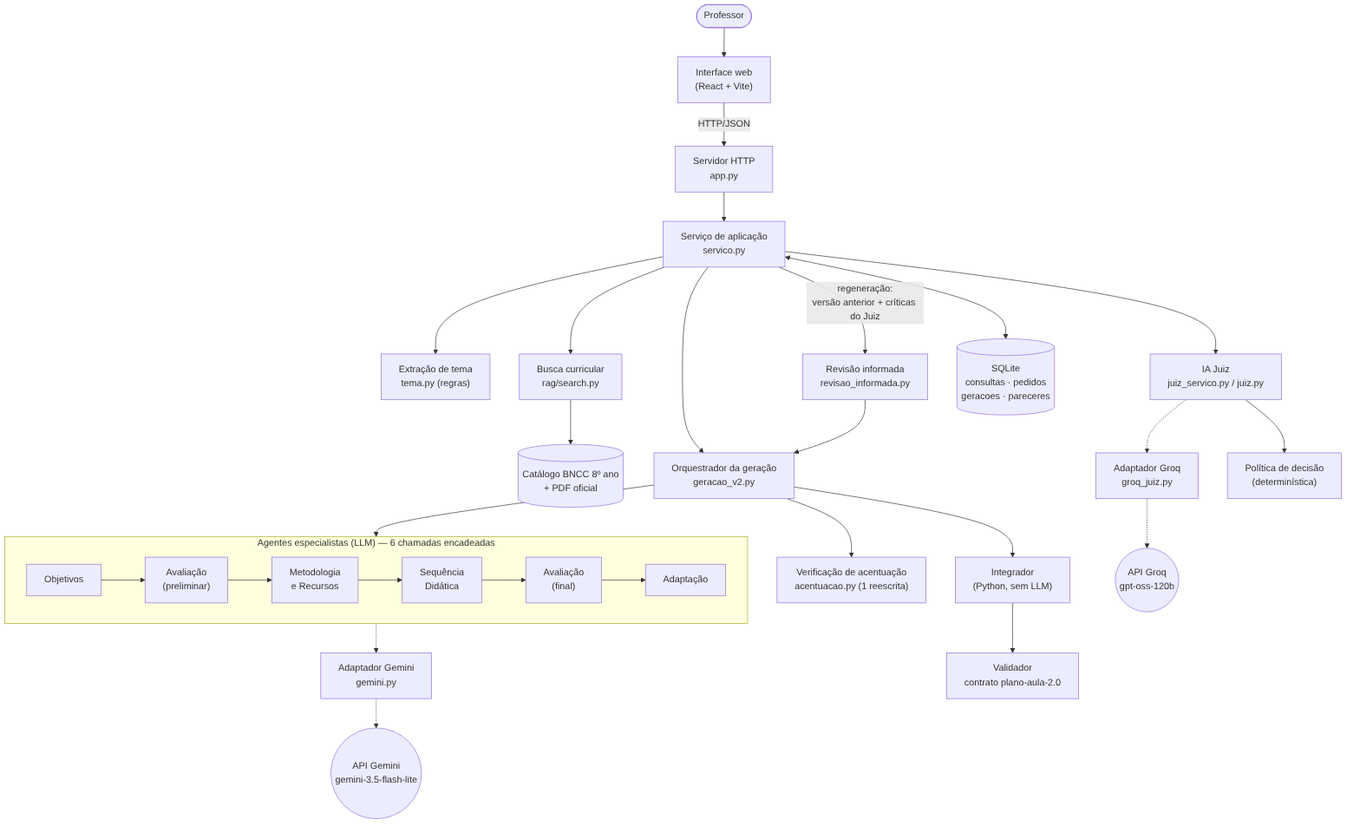
This is docs/diagramas/final/componentes.png from Carneiro-Joao/tcc-plataforma-multiagente, a Mermaid export, as it was before one commit. Its source is kept beside it as docs/diagramas/final/componentes.mmd.
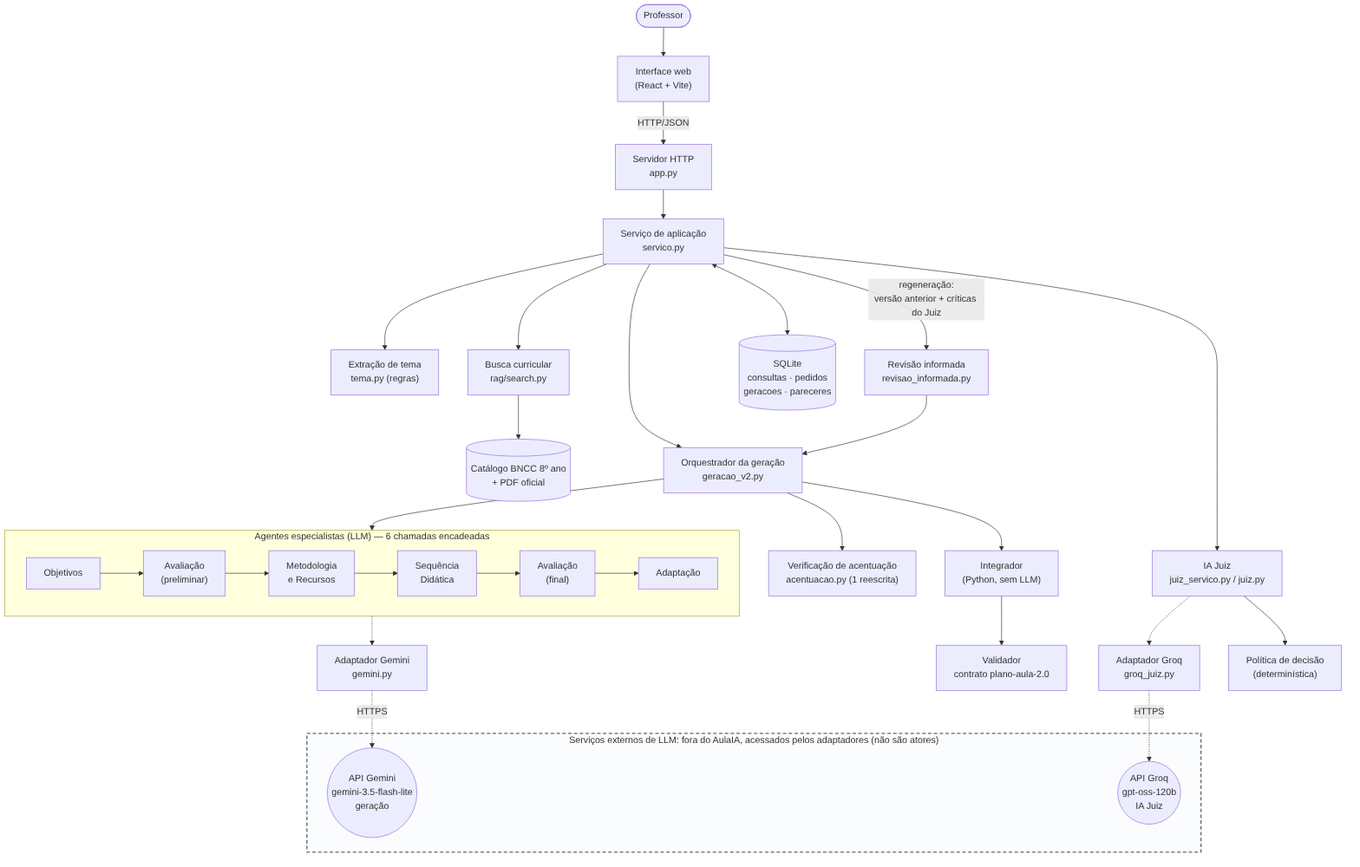
Above is the later version.

Commit message:
docs(componentes): APIs de LLM como servicos externos no diagrama de componentes; justificativa na especificacao e nos diagramas

Change to the diagram source:
```diff
@@ -13,13 +13,18 @@
         direction LR
         A1["Objetivos"] --> A2["Avaliação<br/>(preliminar)"] --> A3["Metodologia<br/>e Recursos"] --> A4["Sequência<br/>Didática"] --> A5["Avaliação<br/>(final)"] --> A6["Adaptação"]
     end
+    subgraph EXT["Serviços externos de LLM: fora do AulaIA, acessados pelos adaptadores (não são atores)"]
+        GAPI(("API Gemini<br/>gemini-3.5-flash-lite<br/>geração"))
+        GRAPI(("API Groq<br/>gpt-oss-120b<br/>IA Juiz"))
+    end
     ORQ --> ESP
     ESP -.-> GEM["Adaptador Gemini<br/>gemini.py"]
-    GEM -.-> GAPI(("API Gemini<br/>gemini-3.5-flash-lite"))
+    GEM -.->|"HTTPS"| GAPI
     ORQ --> INT["Integrador<br/>(Python, sem LLM)"]
     INT --> VAL["Validador<br/>contrato plano-aula-2.0"]
     SV --> JUIZ["IA Juiz<br/>juiz_servico.py / juiz.py"]
     JUIZ -.-> GROQ["Adaptador Groq<br/>groq_juiz.py"]
-    GROQ -.-> GRAPI(("API Groq<br/>gpt-oss-120b"))
+    GROQ -.->|"HTTPS"| GRAPI
     JUIZ --> POL["Política de decisão<br/>(determinística)"]
     SV <--> DB[("SQLite<br/>consultas · pedidos<br/>geracoes · pareceres")]
+    style EXT fill:#fbfcfd,stroke:#5a6a72,stroke-width:2px,stroke-dasharray:6 4
```
